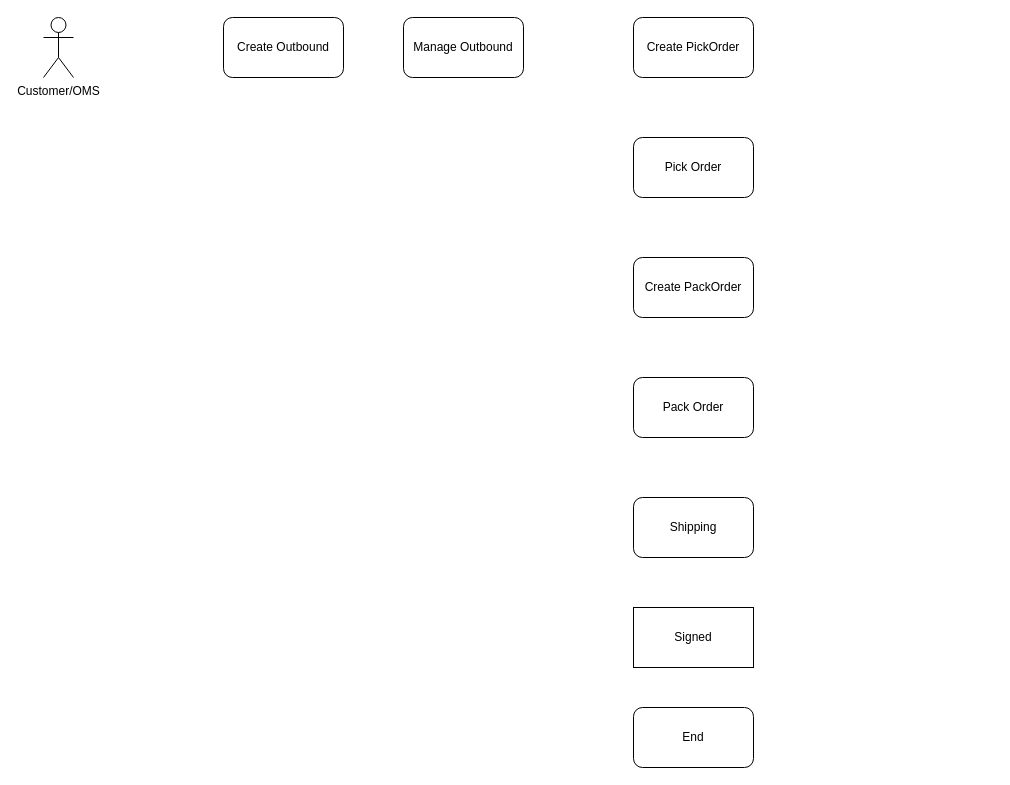
Before: Outbound.drawio in jianxiang57/jianxiang57, a draw.io diagram. Source tidied: cells renumbered, new cells numbered last; positions are measured from the earlier drawing's top-left corner, leaving out a move shared by most shapes. Both pictures are drawn from the tidied source at 100%, with x=0, y=0 at pixel (43, 17).
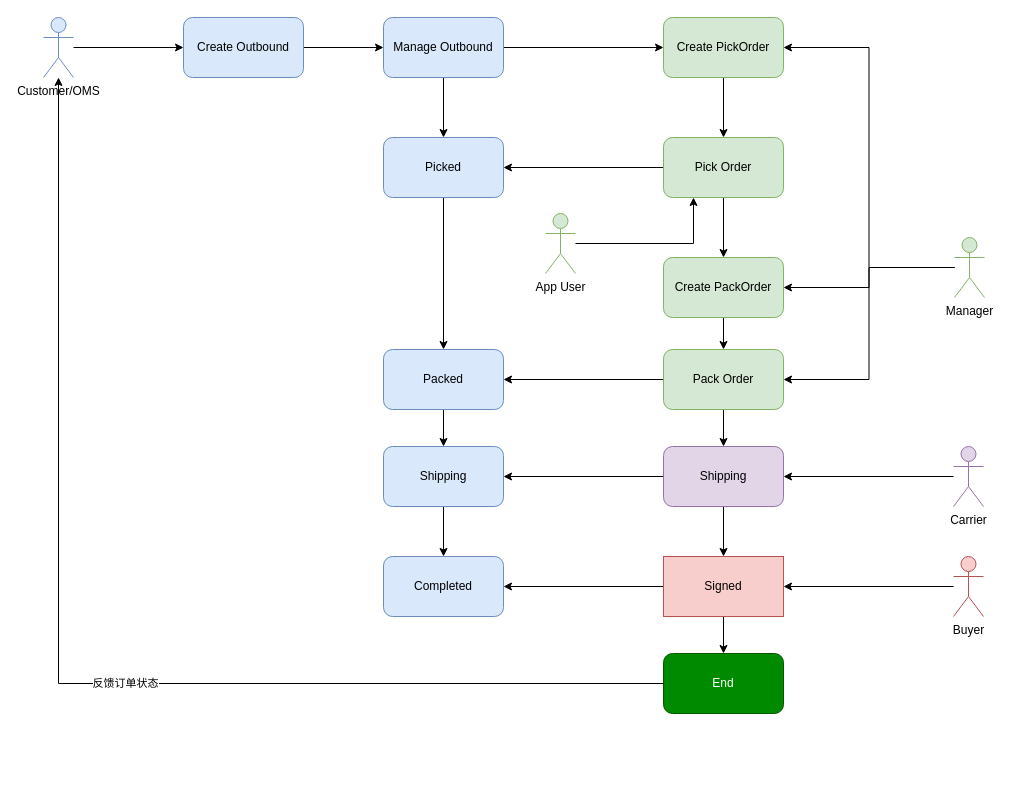
The same diagram, later.

What changed in the source:
```diff
@@
+    <mxCell id="12" style="edgeStyle=orthogonalEdgeStyle;rounded=0;jettySize=auto;html=1;entryX=0;entryY=0.5;entryDx=0;entryDy=0;" parent="1" edge="1" source="2" target="3">
+      <mxGeometry relative="1" as="geometry" />
+    </mxCell>
-    <mxCell id="2" value="Customer/OMS" style="shape=umlActor;verticalLabelPosition=bottom;verticalAlign=top;html=1;outlineConnect=0;" parent="1" vertex="1">
+    <mxCell id="2" value="Customer/OMS" style="shape=umlActor;verticalLabelPosition=bottom;verticalAlign=top;html=1;outlineConnect=0;fillColor=#dae8fc;strokeColor=#6c8ebf;" parent="1" vertex="1">
       <mxGeometry width="30" height="60" as="geometry" />
     </mxCell>
+    <mxCell id="13" style="edgeStyle=orthogonalEdgeStyle;rounded=0;jettySize=auto;html=1;" parent="1" edge="1" source="3" target="4">
+      <mxGeometry relative="1" as="geometry" />
+    </mxCell>
-    <mxCell id="3" value="Create Outbound" style="rounded=1;whiteSpace=wrap;html=1;" parent="1" vertex="1">
-      <mxGeometry x="180" width="120" height="60" as="geometry" />
+    <mxCell id="3" value="Create Outbound" style="rounded=1;whiteSpace=wrap;html=1;fillColor=#dae8fc;strokeColor=#6c8ebf;" parent="1" vertex="1">
+      <mxGeometry x="140" width="120" height="60" as="geometry" />
     </mxCell>
+    <mxCell id="14" style="edgeStyle=orthogonalEdgeStyle;rounded=0;jettySize=auto;html=1;entryX=0;entryY=0.5;entryDx=0;entryDy=0;" parent="1" edge="1" source="4" target="5">
+      <mxGeometry relative="1" as="geometry" />
+    </mxCell>
+    <mxCell id="15" style="edgeStyle=orthogonalEdgeStyle;rounded=0;jettySize=auto;html=1;entryX=0.5;entryY=0;entryDx=0;entryDy=0;" parent="1" edge="1" source="4" target="39">
+      <mxGeometry relative="1" as="geometry" />
+    </mxCell>
-    <mxCell id="4" value="Manage Outbound" style="rounded=1;whiteSpace=wrap;html=1;" parent="1" vertex="1">
-      <mxGeometry x="360" width="120" height="60" as="geometry" />
+    <mxCell id="4" value="Manage Outbound" style="rounded=1;whiteSpace=wrap;html=1;fillColor=#dae8fc;strokeColor=#6c8ebf;" parent="1" vertex="1">
+      <mxGeometry x="340" width="120" height="60" as="geometry" />
     </mxCell>
+    <mxCell id="16" style="edgeStyle=orthogonalEdgeStyle;rounded=0;jettySize=auto;html=1;exitX=0.5;exitY=1;exitDx=0;exitDy=0;" parent="1" edge="1" source="5" target="6">
+      <mxGeometry relative="1" as="geometry" />
+    </mxCell>
-    <mxCell id="5" value="Create PickOrder" style="rounded=1;whiteSpace=wrap;html=1;" parent="1" vertex="1">
-      <mxGeometry x="590" width="120" height="60" as="geometry" />
+    <mxCell id="5" value="Create PickOrder" style="rounded=1;whiteSpace=wrap;html=1;fillColor=#d5e8d4;strokeColor=#82b366;" parent="1" vertex="1">
+      <mxGeometry x="620" width="120" height="60" as="geometry" />
     </mxCell>
+    <mxCell id="17" style="edgeStyle=orthogonalEdgeStyle;rounded=0;jettySize=auto;html=1;entryX=0.5;entryY=0;entryDx=0;entryDy=0;" parent="1" edge="1" source="6" target="7">
+      <mxGeometry relative="1" as="geometry" />
+    </mxCell>
+    <mxCell id="18" style="edgeStyle=orthogonalEdgeStyle;rounded=0;jettySize=auto;html=1;entryX=1;entryY=0.5;entryDx=0;entryDy=0;" parent="1" edge="1" source="6" target="39">
+      <mxGeometry relative="1" as="geometry" />
+    </mxCell>
-    <mxCell id="6" value="Pick Order" style="rounded=1;whiteSpace=wrap;html=1;" parent="1" vertex="1">
-      <mxGeometry x="590" y="120" width="120" height="60" as="geometry" />
+    <mxCell id="6" value="Pick Order" style="rounded=1;whiteSpace=wrap;html=1;fillColor=#d5e8d4;strokeColor=#82b366;" parent="1" vertex="1">
+      <mxGeometry x="620" y="120" width="120" height="60" as="geometry" />
     </mxCell>
+    <mxCell id="19" style="edgeStyle=orthogonalEdgeStyle;rounded=0;jettySize=auto;html=1;" parent="1" edge="1" source="7" target="8">
+      <mxGeometry relative="1" as="geometry" />
+    </mxCell>
-    <mxCell id="7" value="Create PackOrder" style="rounded=1;whiteSpace=wrap;html=1;" parent="1" vertex="1">
-      <mxGeometry x="590" y="240" width="120" height="60" as="geometry" />
+    <mxCell id="7" value="Create PackOrder" style="rounded=1;whiteSpace=wrap;html=1;fillColor=#d5e8d4;strokeColor=#82b366;" parent="1" vertex="1">
+      <mxGeometry x="620" y="240" width="120" height="60" as="geometry" />
     </mxCell>
+    <mxCell id="20" style="edgeStyle=orthogonalEdgeStyle;rounded=0;jettySize=auto;html=1;exitX=0.5;exitY=1;exitDx=0;exitDy=0;" parent="1" edge="1" source="8" target="9">
+      <mxGeometry relative="1" as="geometry" />
+    </mxCell>
+    <mxCell id="21" style="edgeStyle=orthogonalEdgeStyle;rounded=0;jettySize=auto;html=1;entryX=1;entryY=0.5;entryDx=0;entryDy=0;" parent="1" edge="1" source="8" target="41">
+      <mxGeometry relative="1" as="geometry" />
+    </mxCell>
-    <mxCell id="8" value="Pack Order" style="rounded=1;whiteSpace=wrap;html=1;" parent="1" vertex="1">
-      <mxGeometry x="590" y="360" width="120" height="60" as="geometry" />
+    <mxCell id="8" value="Pack Order" style="rounded=1;whiteSpace=wrap;html=1;fillColor=#d5e8d4;strokeColor=#82b366;" parent="1" vertex="1">
+      <mxGeometry x="620" y="332" width="120" height="60" as="geometry" />
     </mxCell>
+    <mxCell id="22" style="edgeStyle=orthogonalEdgeStyle;rounded=0;jettySize=auto;html=1;" parent="1" edge="1" source="9" target="10">
+      <mxGeometry relative="1" as="geometry" />
+    </mxCell>
+    <mxCell id="23" style="edgeStyle=orthogonalEdgeStyle;rounded=0;jettySize=auto;html=1;entryX=1;entryY=0.5;entryDx=0;entryDy=0;" parent="1" edge="1" source="9" target="43">
+      <mxGeometry relative="1" as="geometry" />
+    </mxCell>
-    <mxCell id="9" value="Shipping" style="rounded=1;whiteSpace=wrap;html=1;" parent="1" vertex="1">
-      <mxGeometry x="590" y="480" width="120" height="60" as="geometry" />
+    <mxCell id="9" value="Shipping" style="rounded=1;whiteSpace=wrap;html=1;fillColor=#e1d5e7;strokeColor=#9673a6;" parent="1" vertex="1">
+      <mxGeometry x="620" y="429" width="120" height="60" as="geometry" />
     </mxCell>
+    <mxCell id="24" style="edgeStyle=orthogonalEdgeStyle;rounded=0;jettySize=auto;html=1;entryX=0.5;entryY=0;entryDx=0;entryDy=0;" parent="1" edge="1" source="10" target="11">
+      <mxGeometry relative="1" as="geometry" />
+    </mxCell>
+    <mxCell id="25" style="edgeStyle=orthogonalEdgeStyle;rounded=0;jettySize=auto;html=1;entryX=1;entryY=0.5;entryDx=0;entryDy=0;" parent="1" edge="1" source="10" target="44">
+      <mxGeometry relative="1" as="geometry" />
+    </mxCell>
-    <mxCell id="10" value="Signed" style="rounded=0;whiteSpace=wrap;html=1;" parent="1" vertex="1">
-      <mxGeometry x="590" y="590" width="120" height="60" as="geometry" />
+    <mxCell id="10" value="Signed" style="rounded=0;whiteSpace=wrap;html=1;fillColor=#f8cecc;strokeColor=#b85450;" parent="1" vertex="1">
+      <mxGeometry x="620" y="539" width="120" height="60" as="geometry" />
     </mxCell>
+    <mxCell id="26" style="edgeStyle=orthogonalEdgeStyle;rounded=0;jettySize=auto;html=1;" parent="1" edge="1" source="11" target="2">
+      <mxGeometry relative="1" as="geometry" />
+    </mxCell>
+    <mxCell id="27" value="反馈订单状态" style="edgeLabel;html=1;align=center;verticalAlign=middle;" parent="26" vertex="1">
+      <mxGeometry x="-0.11" y="-1" relative="1" as="geometry" />
+    </mxCell>
-    <mxCell id="11" value="End" style="rounded=1;whiteSpace=wrap;html=1;" parent="1" vertex="1">
-      <mxGeometry x="590" y="690" width="120" height="60" as="geometry" />
+    <mxCell id="11" value="End" style="rounded=1;whiteSpace=wrap;html=1;fillColor=#008a00;strokeColor=#005700;fontColor=#ffffff;" parent="1" vertex="1">
+      <mxGeometry x="620" y="636" width="120" height="60" as="geometry" />
     </mxCell>
+    <mxCell id="28" style="edgeStyle=orthogonalEdgeStyle;rounded=0;jettySize=auto;html=1;entryX=0.25;entryY=1;entryDx=0;entryDy=0;" parent="1" edge="1" source="29" target="6">
+      <mxGeometry relative="1" as="geometry" />
+    </mxCell>
+    <mxCell id="29" value="App User" style="shape=umlActor;verticalLabelPosition=bottom;verticalAlign=top;html=1;outlineConnect=0;fillColor=#d5e8d4;strokeColor=#82b366;" parent="1" vertex="1">
+      <mxGeometry x="502" y="196" width="30" height="60" as="geometry" />
+    </mxCell>
+    <mxCell id="30" style="edgeStyle=orthogonalEdgeStyle;rounded=0;jettySize=auto;html=1;entryX=1;entryY=0.5;entryDx=0;entryDy=0;" parent="1" edge="1" source="33" target="5">
+      <mxGeometry relative="1" as="geometry" />
+    </mxCell>
+    <mxCell id="31" style="edgeStyle=orthogonalEdgeStyle;rounded=0;jettySize=auto;html=1;" parent="1" edge="1" source="33" target="7">
+      <mxGeometry relative="1" as="geometry" />
+    </mxCell>
+    <mxCell id="32" style="edgeStyle=orthogonalEdgeStyle;rounded=0;jettySize=auto;html=1;entryX=1;entryY=0.5;entryDx=0;entryDy=0;" parent="1" edge="1" source="33" target="8">
+      <mxGeometry relative="1" as="geometry" />
+    </mxCell>
+    <mxCell id="33" value="Manager" style="shape=umlActor;verticalLabelPosition=bottom;verticalAlign=top;html=1;outlineConnect=0;fillColor=#d5e8d4;strokeColor=#82b366;" parent="1" vertex="1">
+      <mxGeometry x="911" y="220" width="30" height="60" as="geometry" />
+    </mxCell>
+    <mxCell id="34" style="edgeStyle=orthogonalEdgeStyle;rounded=0;jettySize=auto;html=1;entryX=1;entryY=0.5;entryDx=0;entryDy=0;" parent="1" edge="1" source="35" target="9">
+      <mxGeometry relative="1" as="geometry" />
+    </mxCell>
+    <mxCell id="35" value="Carrier" style="shape=umlActor;verticalLabelPosition=bottom;verticalAlign=top;html=1;outlineConnect=0;fillColor=#e1d5e7;strokeColor=#9673a6;" parent="1" vertex="1">
+      <mxGeometry x="910" y="429" width="30" height="60" as="geometry" />
+    </mxCell>
+    <mxCell id="36" style="edgeStyle=orthogonalEdgeStyle;rounded=0;jettySize=auto;html=1;" parent="1" edge="1" source="37" target="10">
+      <mxGeometry relative="1" as="geometry" />
+    </mxCell>
+    <mxCell id="37" value="Buyer" style="shape=umlActor;verticalLabelPosition=bottom;verticalAlign=top;html=1;outlineConnect=0;fillColor=#f8cecc;strokeColor=#b85450;" parent="1" vertex="1">
+      <mxGeometry x="910" y="539" width="30" height="60" as="geometry" />
+    </mxCell>
+    <mxCell id="38" style="edgeStyle=orthogonalEdgeStyle;rounded=0;jettySize=auto;html=1;entryX=0.5;entryY=0;entryDx=0;entryDy=0;" parent="1" edge="1" source="39" target="41">
+      <mxGeometry relative="1" as="geometry" />
+    </mxCell>
+    <mxCell id="39" value="Picked" style="rounded=1;whiteSpace=wrap;html=1;fillColor=#dae8fc;strokeColor=#6c8ebf;" parent="1" vertex="1">
+      <mxGeometry x="340" y="120" width="120" height="60" as="geometry" />
+    </mxCell>
+    <mxCell id="40" style="edgeStyle=orthogonalEdgeStyle;rounded=0;jettySize=auto;html=1;" parent="1" edge="1" source="41" target="43">
+      <mxGeometry relative="1" as="geometry" />
+    </mxCell>
+    <mxCell id="41" value="Packed" style="rounded=1;whiteSpace=wrap;html=1;fillColor=#dae8fc;strokeColor=#6c8ebf;" parent="1" vertex="1">
+      <mxGeometry x="340" y="332" width="120" height="60" as="geometry" />
+    </mxCell>
+    <mxCell id="42" style="edgeStyle=orthogonalEdgeStyle;rounded=0;jettySize=auto;html=1;" parent="1" edge="1" source="43" target="44">
+      <mxGeometry relative="1" as="geometry" />
+    </mxCell>
+    <mxCell id="43" value="Shipping" style="rounded=1;whiteSpace=wrap;html=1;fillColor=#dae8fc;strokeColor=#6c8ebf;" parent="1" vertex="1">
+      <mxGeometry x="340" y="429" width="120" height="60" as="geometry" />
+    </mxCell>
+    <mxCell id="44" value="Completed" style="rounded=1;whiteSpace=wrap;html=1;fillColor=#dae8fc;strokeColor=#6c8ebf;" parent="1" vertex="1">
+      <mxGeometry x="340" y="539" width="120" height="60" as="geometry" />
+    </mxCell>
```
